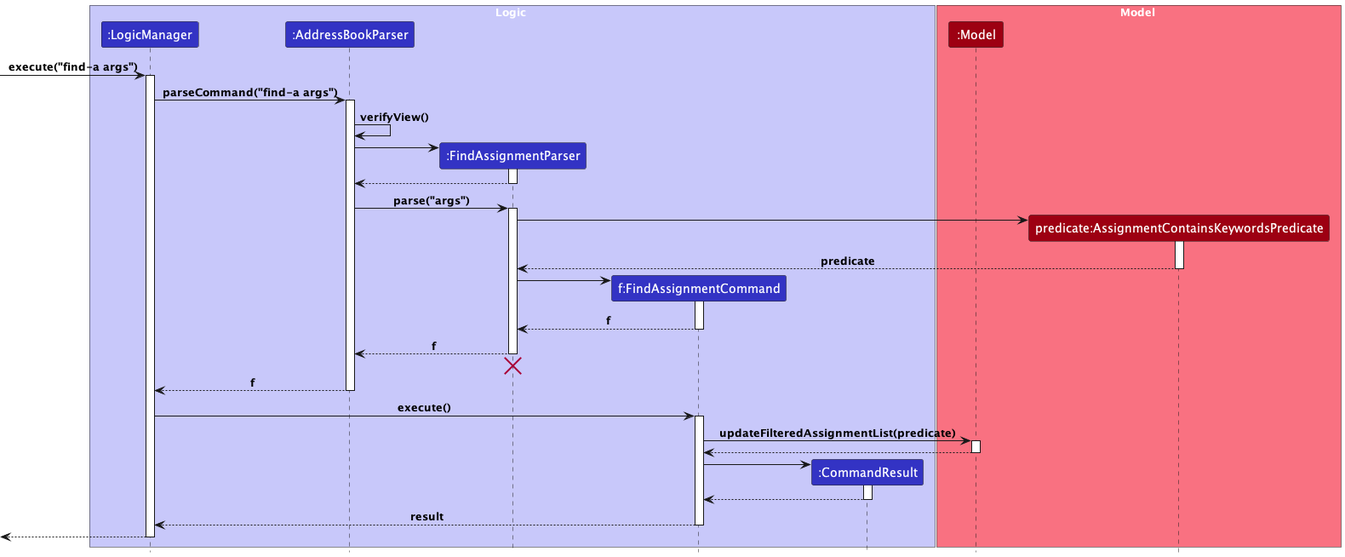
seewhyjay/tp keeps this PlantUML diagram as docs/images/FindAssignmentSeq.png. Above is the earlier version.
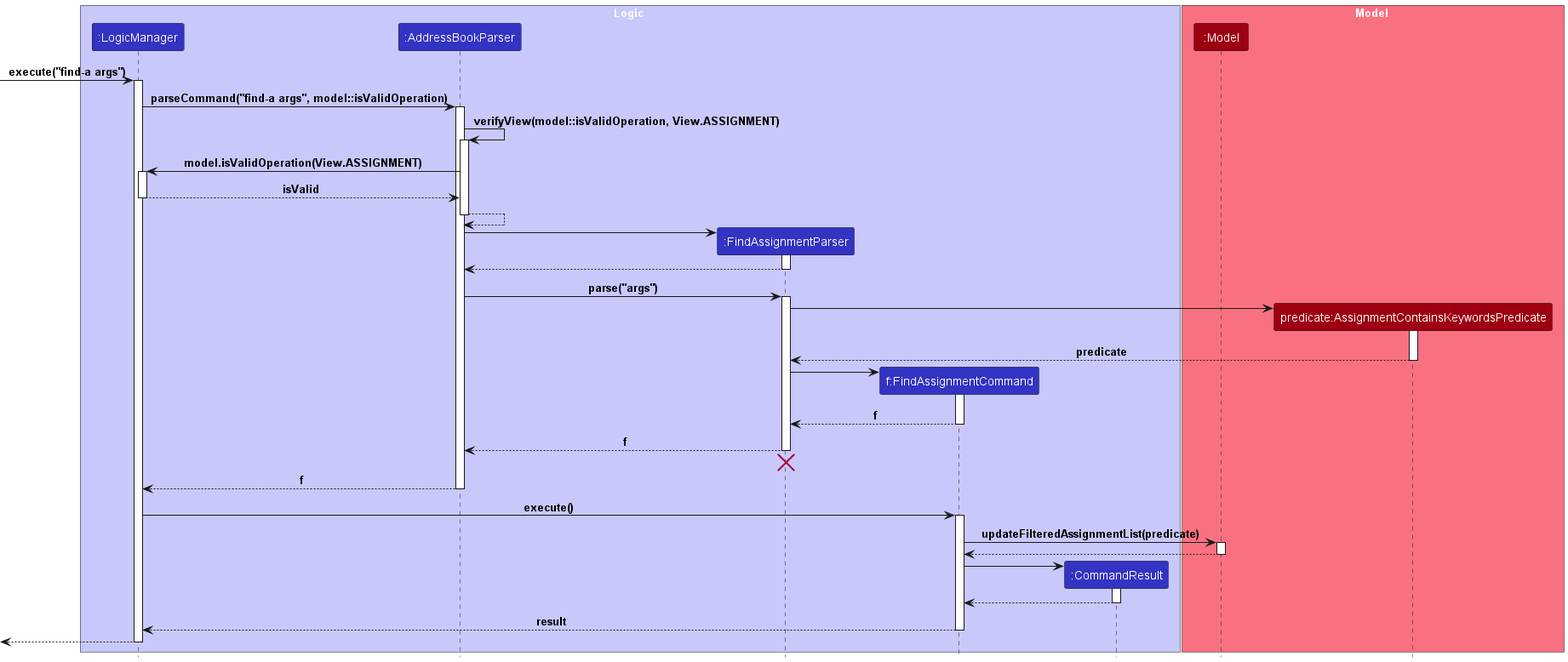
Above is the later version.

What changed in the source:
```diff
@@ -18,10 +18,21 @@
 [-> LogicManager : execute("find-a args")
 activate LogicManager
 
-LogicManager -> AddressBookParser : parseCommand("find-a args")
+LogicManager -> AddressBookParser : parseCommand("find-a args", model::isValidOperation)
 activate AddressBookParser
 
-AddressBookParser -> AddressBookParser : verifyView()
+AddressBookParser -> AddressBookParser : verifyView(model::isValidOperation, View.ASSIGNMENT)
+activate AddressBookParser
+
+AddressBookParser -> LogicManager : model.isValidOperation(View.ASSIGNMENT)
+activate LogicManager
+
+LogicManager --> AddressBookParser : isValid
+deactivate LogicManager
+
+AddressBookParser --> AddressBookParser
+
+deactivate AddressBookParser
 
 create FindAssignmentParser
 AddressBookParser -> FindAssignmentParser
```
